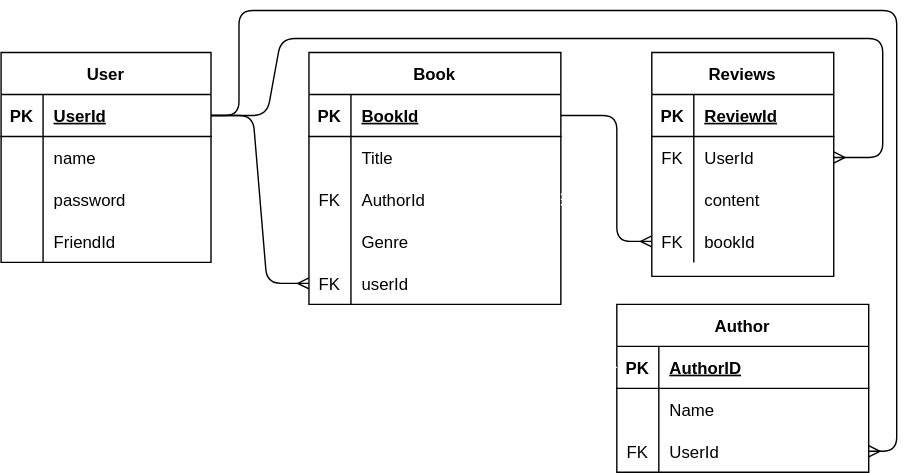
Before: img/erd.drawio.svg, a diagram exported from draw.io (WaltersMatthew/BookTalk). Source tidied: cells renumbered, new cells last; positions are measured from the earlier drawing's top-left corner, leaving out a move shared by most shapes.
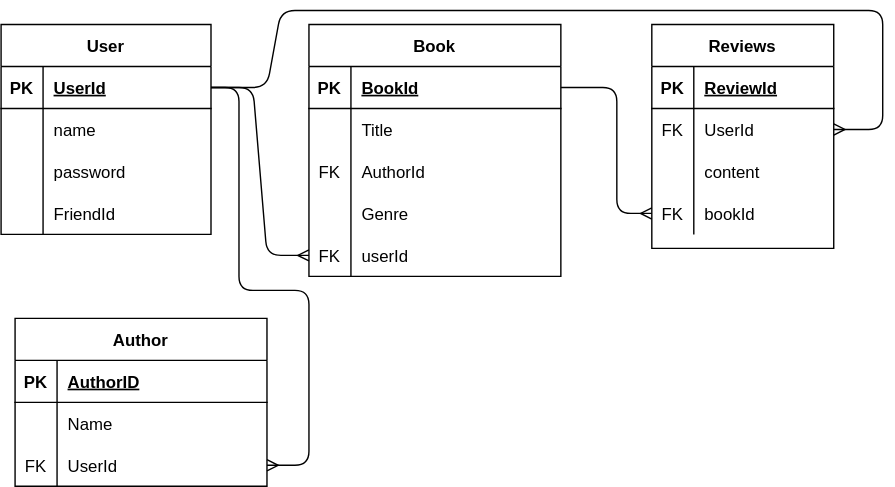
After the change.

The edit, as a diff of the source:
```diff
@@ -90,7 +90,7 @@
       <mxGeometry x="30" width="150" height="30" as="geometry" />
     </mxCell>
     <mxCell id="31" value="Author" style="shape=table;startSize=30;rowLines=0;fontStyle=1;align=center;swimlaneFillColor=default;" parent="1" vertex="1">
-      <mxGeometry x="440" y="210" width="180" height="120" as="geometry" />
+      <mxGeometry x="10" y="240" width="180" height="120" as="geometry" />
     </mxCell>
     <mxCell id="32" style="shape=partialRectangle;fillColor=none;top=0;left=0;bottom=1;right=0;points=[[0,0.5],[1,0.5]];portConstraint=eastwest;" parent="31" vertex="1">
       <mxGeometry y="30" width="180" height="30" as="geometry" />
@@ -119,9 +119,6 @@
     <mxCell id="40" value="UserId" style="shape=partialRectangle;fillColor=none;top=0;left=0;bottom=0;right=0;align=left;spacingLeft=6;overflow=hidden;" parent="38" vertex="1">
       <mxGeometry x="30" width="150" height="30" as="geometry" />
     </mxCell>
-    <mxCell id="41" style="edgeStyle=entityRelationEdgeStyle;fontSize=12;html=1;endArrow=ERmany;exitX=0;exitY=0.5;exitDx=0;exitDy=0;strokeColor=#FFFFFF;" parent="1" edge="1" source="32" target="22">
-      <mxGeometry relative="1" as="geometry" />
-    </mxCell>
     <mxCell id="42" style="edgeStyle=entityRelationEdgeStyle;fontSize=12;html=1;endArrow=ERmany;exitX=1;exitY=0.5;exitDx=0;exitDy=0;entryX=0;entryY=0.5;entryDx=0;entryDy=0;" parent="1" edge="1" source="3" target="28">
       <mxGeometry relative="1" as="geometry" />
     </mxCell>
@@ -130,10 +127,9 @@
         <mxPoint x="150" y="75" as="sourcePoint" />
         <Array as="points">
           <mxPoint x="170" y="75" />
-          <mxPoint x="170" />
-          <mxPoint x="420" />
-          <mxPoint x="640" />
-          <mxPoint x="640" y="315" />
+          <mxPoint x="170" y="220" />
+          <mxPoint x="220" y="220" />
+          <mxPoint x="220" y="345" />
         </Array>
       </mxGeometry>
     </mxCell>
```
